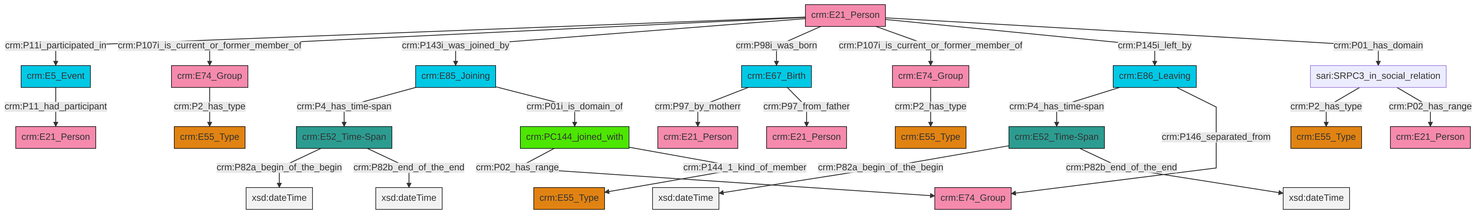
swiss-art-research-net/reference-data-models keeps this Mermaid diagram as et/personCSV/ttl/mmd/png/Person_Actor_Relations.png. Above is the earlier version. Its source is kept beside it as et/personCSV/ttl/mmd/Person_Actor_Relations.ttl.mmd.
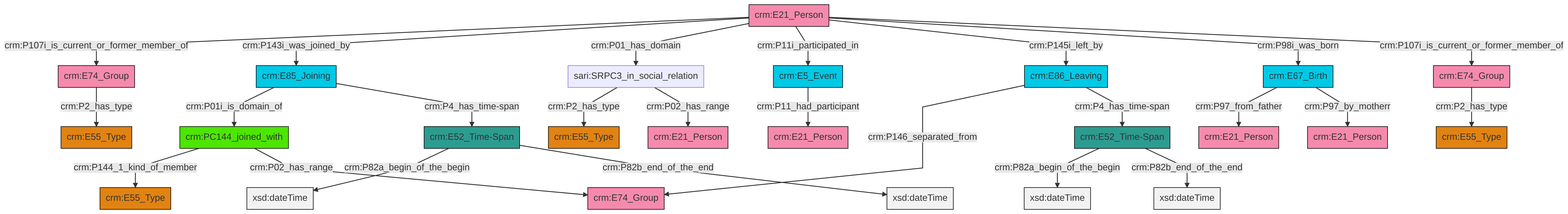
The same file after the commit.

What changed in the source:
```diff
@@ -13,27 +13,27 @@
 classDef PC_Classes fill:#4ce600, stroke:#000000;
 classDef Multi fill:#cccccc,stroke:#000000;
 
-0["crm:E86_Leaving"]:::Temporal_Entity -->|crm:P4_has_time-span| 1["crm:E52_Time-Span"]:::Time-Span
-1["crm:E52_Time-Span"]:::Time-Span -->|crm:P82a_begin_of_the_begin| 2[xsd:dateTime]:::Literal
-3["crm:E21_Person"]:::Actor -->|crm:P11i_participated_in| 4["crm:E5_Event"]:::Temporal_Entity
-5["crm:E85_Joining"]:::Temporal_Entity -->|crm:P4_has_time-span| 6["crm:E52_Time-Span"]:::Time-Span
-3["crm:E21_Person"]:::Actor -->|crm:P107i_is_current_or_former_member_of| 7["crm:E74_Group"]:::Actor
-12["sari:SRPC3_in_social_relation"]:::Default -->|crm:P2_has_type| 13["crm:E55_Type"]:::Type
-3["crm:E21_Person"]:::Actor -->|crm:P143i_was_joined_by| 5["crm:E85_Joining"]:::Temporal_Entity
-14["crm:E67_Birth"]:::Temporal_Entity -->|crm:P97_by_motherr| 15["crm:E21_Person"]:::Actor
-18["crm:PC144_joined_with"]:::PC_Classes -->|crm:P02_has_range| 20["crm:E74_Group"]:::Actor
-3["crm:E21_Person"]:::Actor -->|crm:P98i_was_born| 14["crm:E67_Birth"]:::Temporal_Entity
-7["crm:E74_Group"]:::Actor -->|crm:P2_has_type| 23["crm:E55_Type"]:::Type
-6["crm:E52_Time-Span"]:::Time-Span -->|crm:P82a_begin_of_the_begin| 34[xsd:dateTime]:::Literal
-6["crm:E52_Time-Span"]:::Time-Span -->|crm:P82b_end_of_the_end| 35[xsd:dateTime]:::Literal
-3["crm:E21_Person"]:::Actor -->|crm:P107i_is_current_or_former_member_of| 8["crm:E74_Group"]:::Actor
-3["crm:E21_Person"]:::Actor -->|crm:P145i_left_by| 0["crm:E86_Leaving"]:::Temporal_Entity
-8["crm:E74_Group"]:::Actor -->|crm:P2_has_type| 10["crm:E55_Type"]:::Type
-0["crm:E86_Leaving"]:::Temporal_Entity -->|crm:P146_separated_from| 20["crm:E74_Group"]:::Actor
-12["sari:SRPC3_in_social_relation"]:::Default -->|crm:P02_has_range| 30["crm:E21_Person"]:::Actor
-4["crm:E5_Event"]:::Temporal_Entity -->|crm:P11_had_participant| 26["crm:E21_Person"]:::Actor
-5["crm:E85_Joining"]:::Temporal_Entity -->|crm:P01i_is_domain_of| 18["crm:PC144_joined_with"]:::PC_Classes
-14["crm:E67_Birth"]:::Temporal_Entity -->|crm:P97_from_father| 43["crm:E21_Person"]:::Actor
-1["crm:E52_Time-Span"]:::Time-Span -->|crm:P82b_end_of_the_end| 44[xsd:dateTime]:::Literal
-18["crm:PC144_joined_with"]:::PC_Classes -->|crm:P144_1_kind_of_member| 38["crm:E55_Type"]:::Type
-3["crm:E21_Person"]:::Actor -->|crm:P01_has_domain| 12["sari:SRPC3_in_social_relation"]:::Default
+0["crm:E52_Time-Span"]:::Time-Span -->|crm:P82a_begin_of_the_begin| 1[xsd:dateTime]:::Literal
+4["crm:E67_Birth"]:::Temporal_Entity -->|crm:P97_from_father| 2["crm:E21_Person"]:::Actor
+7["crm:E21_Person"]:::Actor -->|crm:P107i_is_current_or_former_member_of| 8["crm:E74_Group"]:::Actor
+9["crm:PC144_joined_with"]:::PC_Classes -->|crm:P144_1_kind_of_member| 10["crm:E55_Type"]:::Type
+13["crm:E85_Joining"]:::Temporal_Entity -->|crm:P01i_is_domain_of| 9["crm:PC144_joined_with"]:::PC_Classes
+7["crm:E21_Person"]:::Actor -->|crm:P143i_was_joined_by| 13["crm:E85_Joining"]:::Temporal_Entity
+0["crm:E52_Time-Span"]:::Time-Span -->|crm:P82b_end_of_the_end| 14[xsd:dateTime]:::Literal
+7["crm:E21_Person"]:::Actor -->|crm:P01_has_domain| 18["sari:SRPC3_in_social_relation"]:::Default
+4["crm:E67_Birth"]:::Temporal_Entity -->|crm:P97_by_motherr| 21["crm:E21_Person"]:::Actor
+22["crm:E86_Leaving"]:::Temporal_Entity -->|crm:P146_separated_from| 23["crm:E74_Group"]:::Actor
+13["crm:E85_Joining"]:::Temporal_Entity -->|crm:P4_has_time-span| 24["crm:E52_Time-Span"]:::Time-Span
+7["crm:E21_Person"]:::Actor -->|crm:P11i_participated_in| 28["crm:E5_Event"]:::Temporal_Entity
+18["sari:SRPC3_in_social_relation"]:::Default -->|crm:P2_has_type| 29["crm:E55_Type"]:::Type
+24["crm:E52_Time-Span"]:::Time-Span -->|crm:P82a_begin_of_the_begin| 34[xsd:dateTime]:::Literal
+24["crm:E52_Time-Span"]:::Time-Span -->|crm:P82b_end_of_the_end| 36[xsd:dateTime]:::Literal
+7["crm:E21_Person"]:::Actor -->|crm:P145i_left_by| 22["crm:E86_Leaving"]:::Temporal_Entity
+9["crm:PC144_joined_with"]:::PC_Classes -->|crm:P02_has_range| 23["crm:E74_Group"]:::Actor
+7["crm:E21_Person"]:::Actor -->|crm:P98i_was_born| 4["crm:E67_Birth"]:::Temporal_Entity
+22["crm:E86_Leaving"]:::Temporal_Entity -->|crm:P4_has_time-span| 0["crm:E52_Time-Span"]:::Time-Span
+18["sari:SRPC3_in_social_relation"]:::Default -->|crm:P02_has_range| 11["crm:E21_Person"]:::Actor
+28["crm:E5_Event"]:::Temporal_Entity -->|crm:P11_had_participant| 40["crm:E21_Person"]:::Actor
+7["crm:E21_Person"]:::Actor -->|crm:P107i_is_current_or_former_member_of| 25["crm:E74_Group"]:::Actor
+8["crm:E74_Group"]:::Actor -->|crm:P2_has_type| 15["crm:E55_Type"]:::Type
+25["crm:E74_Group"]:::Actor -->|crm:P2_has_type| 5["crm:E55_Type"]:::Type
```
